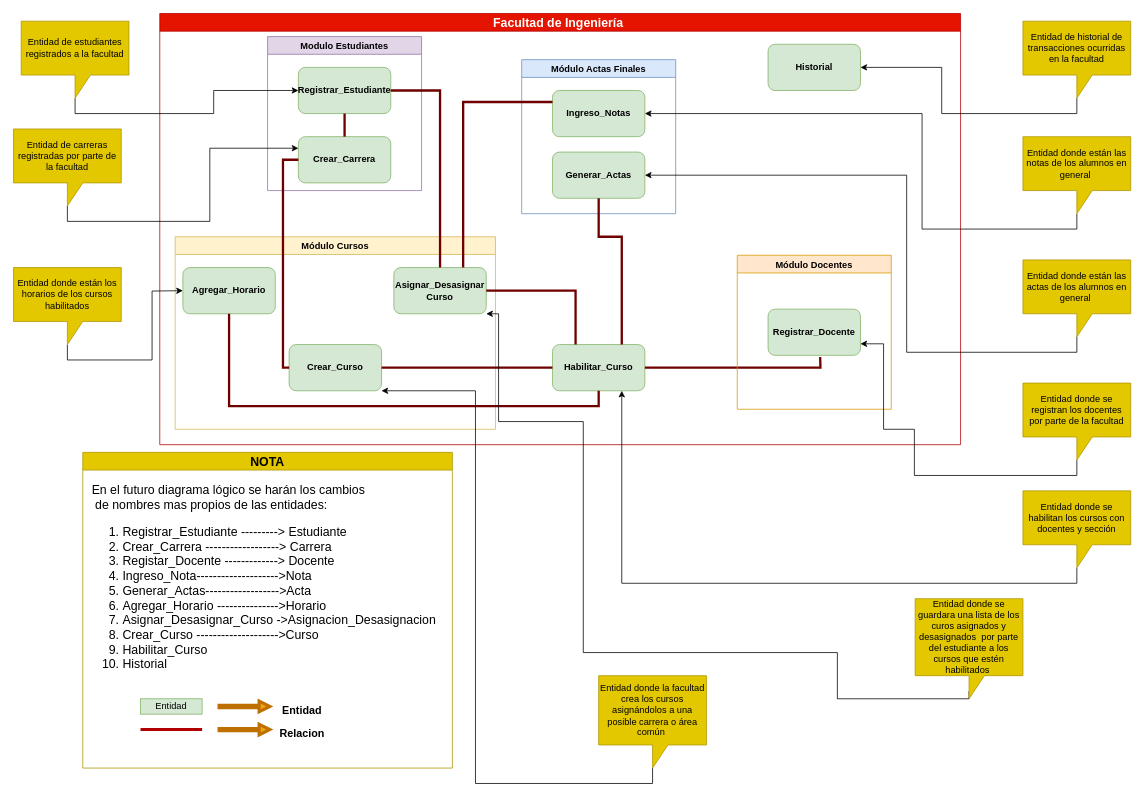
Above: Modelo Conceptual/Modelo Conceptual.drawio in HenrryBran-Hub/-BD1-P2_201314439 (draw.io), before the change. Source tidied: cells renumbered, new cells numbered last; positions are measured from the earlier drawing's top-left corner, leaving out a move shared by most shapes. Both pictures are drawn from the tidied source at 77%, with x=0, y=0 at pixel (13, 13).
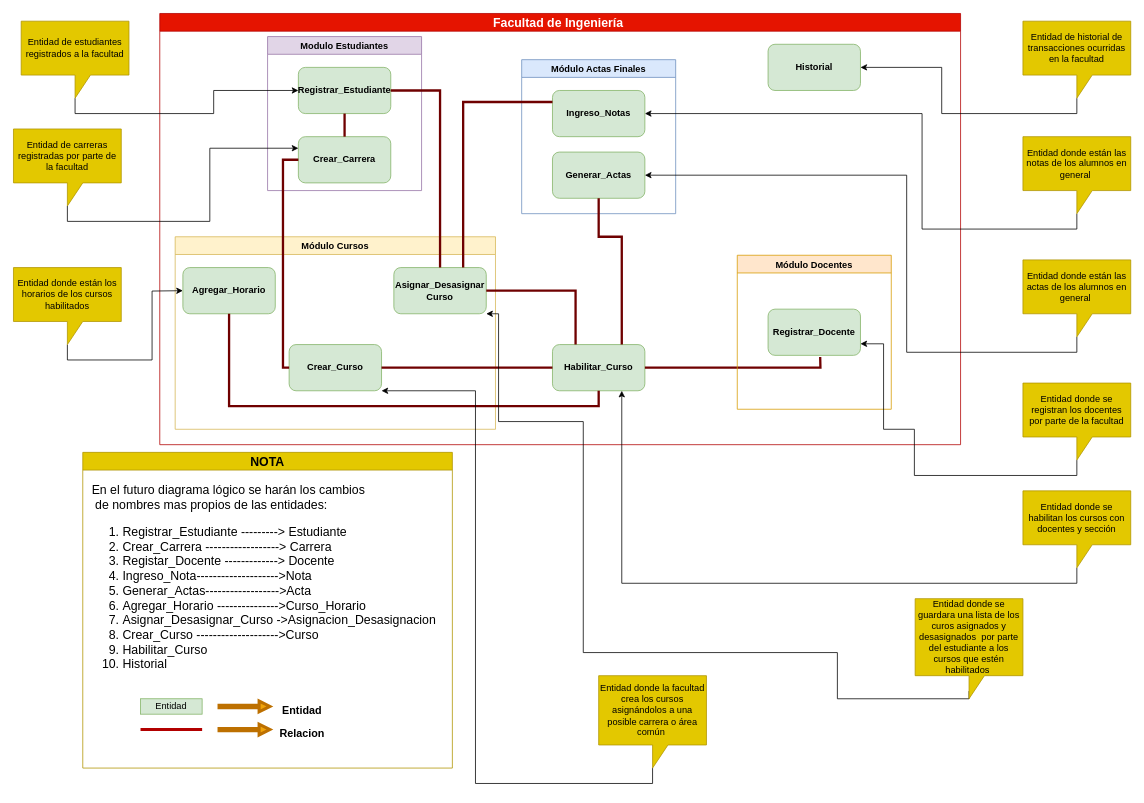
After the change.

Unchanged cells that the change refers to:
```xml
<mxCell id="17" value="NOTA" style="swimlane;fontSize=16;strokeWidth=1;fillColor=#e3c800;fontColor=#000000;strokeColor=#B09500;" parent="1" vertex="1">
  <mxGeometry x="90" y="570" width="480" height="410" as="geometry" />
</mxCell>
```

Diff of the diagram source:
```diff
@@
-    <mxCell id="24" value="&lt;span style=&quot;&quot;&gt;En el futuro diagrama lógico se harán los cambios&lt;br&gt;&amp;nbsp;de nombres mas propios de las entidades:&lt;/span&gt;&lt;br style=&quot;&quot;&gt;&lt;div style=&quot;&quot;&gt;&lt;ol&gt;&lt;li&gt;Registrar_Estudiante ---------&amp;gt; Estudiante&lt;/li&gt;&lt;li&gt;Crear_Carrera ------------------&amp;gt; Carrera&lt;/li&gt;&lt;li&gt;Registar_Docente -------------&amp;gt; Docente&lt;/li&gt;&lt;li&gt;Ingreso_Nota--------------------&amp;gt;Nota&lt;/li&gt;&lt;li&gt;Generar_Actas------------------&amp;gt;Acta&lt;/li&gt;&lt;li&gt;Agregar_Horario ---------------&amp;gt;Horario&lt;/li&gt;&lt;li&gt;&lt;span style=&quot;background-color: initial;&quot;&gt;Asignar_Desasignar_Curso -&amp;gt;Asignacion_Desasignacion&lt;/span&gt;&lt;br&gt;&lt;/li&gt;&lt;li&gt;Crear_Curso --------------------&amp;gt;Curso&lt;/li&gt;&lt;li&gt;Habilitar_Curso&lt;/li&gt;&lt;li&gt;Historial&lt;/li&gt;&lt;/ol&gt;&lt;/div&gt;" style="text;html=1;align=left;verticalAlign=middle;strokeColor=none;fillColor=none;fontSize=16;" parent="17" vertex="1">
+    <mxCell id="24" value="&lt;span style=&quot;&quot;&gt;En el futuro diagrama lógico se harán los cambios&lt;br&gt;&amp;nbsp;de nombres mas propios de las entidades:&lt;/span&gt;&lt;br style=&quot;&quot;&gt;&lt;div style=&quot;&quot;&gt;&lt;ol&gt;&lt;li&gt;Registrar_Estudiante ---------&amp;gt; Estudiante&lt;/li&gt;&lt;li&gt;Crear_Carrera ------------------&amp;gt; Carrera&lt;/li&gt;&lt;li&gt;Registar_Docente -------------&amp;gt; Docente&lt;/li&gt;&lt;li&gt;Ingreso_Nota--------------------&amp;gt;Nota&lt;/li&gt;&lt;li&gt;Generar_Actas------------------&amp;gt;Acta&lt;/li&gt;&lt;li&gt;Agregar_Horario ---------------&amp;gt;Curso_Horario&lt;/li&gt;&lt;li&gt;&lt;span style=&quot;background-color: initial;&quot;&gt;Asignar_Desasignar_Curso -&amp;gt;Asignacion_Desasignacion&lt;/span&gt;&lt;br&gt;&lt;/li&gt;&lt;li&gt;Crear_Curso --------------------&amp;gt;Curso&lt;/li&gt;&lt;li&gt;Habilitar_Curso&lt;/li&gt;&lt;li&gt;Historial&lt;/li&gt;&lt;/ol&gt;&lt;/div&gt;" style="text;html=1;align=left;verticalAlign=middle;strokeColor=none;fillColor=none;fontSize=16;" parent="17" vertex="1">
       <mxGeometry x="10" y="30" width="470" height="280" as="geometry" />
     </mxCell>
```
